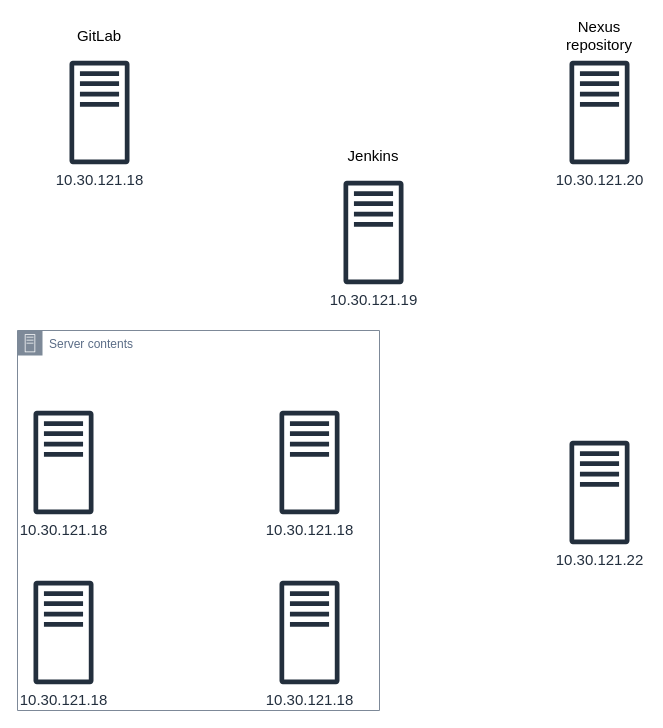
This is iCollect-UAT.drawio from TranHoang1/TipsOfSpringFramework, a draw.io file, before an edit. Source tidied: cells renumbered, new cells numbered last; positions are measured from the earlier drawing's top-left corner, leaving out a move shared by most shapes. Both pictures are drawn from the tidied source at 100%, with x=0, y=0 at pixel (17, 20).
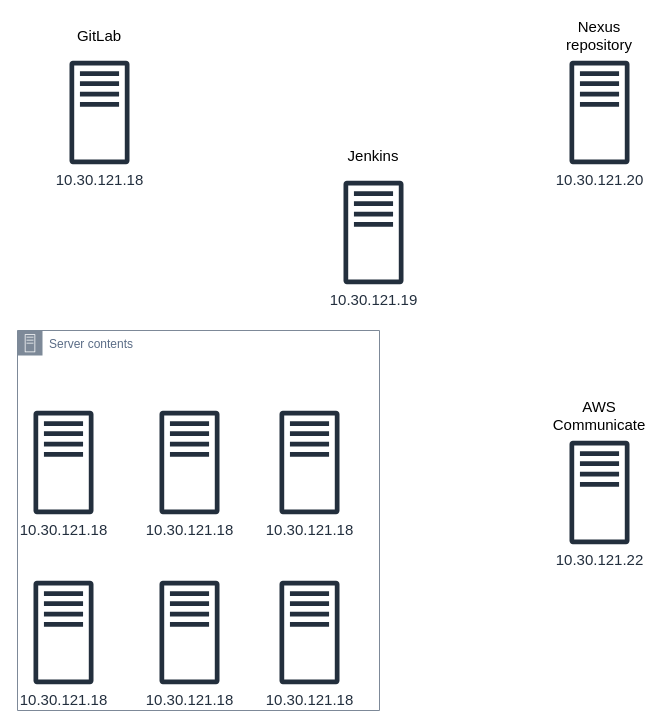
The same page after the edit.

Commit message (it also covers changes not shown here):
Cập nhật iCollect-UAT.drawio

Diff of the diagram source:
```diff
@@
 <mxGraphModel>
   <root>
     <mxCell id="0" />
     <mxCell id="1" parent="0" />
     <mxCell id="2" value="10.30.121.20" style="sketch=0;fontColor=#232F3E;gradientColor=none;fillColor=#232F3D;strokeColor=none;dashed=0;verticalLabelPosition=bottom;verticalAlign=top;align=center;html=1;fontSize=15;fontStyle=0;shape=mxgraph.aws4.traditional_server;" parent="1" vertex="1">
       <mxGeometry x="552" y="40" width="60" height="104" as="geometry" />
     </mxCell>
     <mxCell id="3" value="Server contents" style="gradientColor=none;html=1;whiteSpace=wrap;fontSize=12;fontStyle=0;shape=mxgraph.aws4.group;grIcon=mxgraph.aws4.group_on_premise;strokeColor=#7D8998;fillColor=none;verticalAlign=top;align=left;spacingLeft=30;fontColor=#5A6C86;dashed=0;" parent="1" vertex="1">
       <mxGeometry y="310" width="362" height="380" as="geometry" />
     </mxCell>
     <mxCell id="4" value="10.30.121.18" style="sketch=0;fontColor=#232F3E;gradientColor=none;fillColor=#232F3D;strokeColor=none;dashed=0;verticalLabelPosition=bottom;verticalAlign=top;align=center;html=1;fontSize=15;fontStyle=0;shape=mxgraph.aws4.traditional_server;" parent="3" vertex="1">
       <mxGeometry x="16" y="250" width="60" height="104" as="geometry" />
     </mxCell>
     <mxCell id="5" value="10.30.121.18" style="sketch=0;fontColor=#232F3E;gradientColor=none;fillColor=#232F3D;strokeColor=none;dashed=0;verticalLabelPosition=bottom;verticalAlign=top;align=center;html=1;fontSize=15;fontStyle=0;shape=mxgraph.aws4.traditional_server;" parent="3" vertex="1">
       <mxGeometry x="16" y="80" width="60" height="104" as="geometry" />
     </mxCell>
     <mxCell id="6" value="10.30.121.18" style="sketch=0;fontColor=#232F3E;gradientColor=none;fillColor=#232F3D;strokeColor=none;dashed=0;verticalLabelPosition=bottom;verticalAlign=top;align=center;html=1;fontSize=15;fontStyle=0;shape=mxgraph.aws4.traditional_server;" parent="3" vertex="1">
       <mxGeometry x="262" y="250" width="60" height="104" as="geometry" />
     </mxCell>
     <mxCell id="7" value="10.30.121.18" style="sketch=0;fontColor=#232F3E;gradientColor=none;fillColor=#232F3D;strokeColor=none;dashed=0;verticalLabelPosition=bottom;verticalAlign=top;align=center;html=1;fontSize=15;fontStyle=0;shape=mxgraph.aws4.traditional_server;" parent="3" vertex="1">
       <mxGeometry x="262" y="80" width="60" height="104" as="geometry" />
     </mxCell>
+    <mxCell id="14" value="10.30.121.18" style="sketch=0;fontColor=#232F3E;gradientColor=none;fillColor=#232F3D;strokeColor=none;dashed=0;verticalLabelPosition=bottom;verticalAlign=top;align=center;html=1;fontSize=15;fontStyle=0;shape=mxgraph.aws4.traditional_server;" parent="3" vertex="1">
+      <mxGeometry x="142" y="80" width="60" height="104" as="geometry" />
+    </mxCell>
+    <mxCell id="15" value="10.30.121.18" style="sketch=0;fontColor=#232F3E;gradientColor=none;fillColor=#232F3D;strokeColor=none;dashed=0;verticalLabelPosition=bottom;verticalAlign=top;align=center;html=1;fontSize=15;fontStyle=0;shape=mxgraph.aws4.traditional_server;" parent="3" vertex="1">
+      <mxGeometry x="142" y="250" width="60" height="104" as="geometry" />
+    </mxCell>
     <mxCell id="8" value="10.30.121.18" style="sketch=0;fontColor=#232F3E;gradientColor=none;fillColor=#232F3D;strokeColor=none;dashed=0;verticalLabelPosition=bottom;verticalAlign=top;align=center;html=1;fontSize=15;fontStyle=0;shape=mxgraph.aws4.traditional_server;" parent="1" vertex="1">
       <mxGeometry x="52" y="40" width="60" height="104" as="geometry" />
     </mxCell>
     <mxCell id="9" value="10.30.121.19" style="sketch=0;fontColor=#232F3E;gradientColor=none;fillColor=#232F3D;strokeColor=none;dashed=0;verticalLabelPosition=bottom;verticalAlign=top;align=center;html=1;fontSize=15;fontStyle=0;shape=mxgraph.aws4.traditional_server;" parent="1" vertex="1">
       <mxGeometry x="326" y="160" width="60" height="104" as="geometry" />
     </mxCell>
     <mxCell id="10" value="10.30.121.22" style="sketch=0;fontColor=#232F3E;gradientColor=none;fillColor=#232F3D;strokeColor=none;dashed=0;verticalLabelPosition=bottom;verticalAlign=top;align=center;html=1;fontSize=15;fontStyle=0;shape=mxgraph.aws4.traditional_server;" parent="1" vertex="1">
       <mxGeometry x="552" y="420" width="60" height="104" as="geometry" />
     </mxCell>
     <mxCell id="11" value="GitLab" style="text;html=1;align=center;verticalAlign=middle;whiteSpace=wrap;rounded=0;fontSize=15;" parent="1" vertex="1">
       <mxGeometry x="52" width="60" height="30" as="geometry" />
     </mxCell>
     <mxCell id="12" value="Jenkins" style="text;html=1;align=center;verticalAlign=middle;whiteSpace=wrap;rounded=0;fontSize=15;" parent="1" vertex="1">
       <mxGeometry x="326" y="120" width="60" height="30" as="geometry" />
     </mxCell>
     <mxCell id="13" value="Nexus repository" style="text;html=1;align=center;verticalAlign=middle;whiteSpace=wrap;rounded=0;fontSize=15;" parent="1" vertex="1">
       <mxGeometry x="552" width="60" height="30" as="geometry" />
     </mxCell>
+    <mxCell id="16" value="AWS Communicate" style="text;html=1;align=center;verticalAlign=middle;whiteSpace=wrap;rounded=0;fontSize=15;" parent="1" vertex="1">
+      <mxGeometry x="552" y="380" width="60" height="30" as="geometry" />
+    </mxCell>
   </root>
 </mxGraphModel>
```
